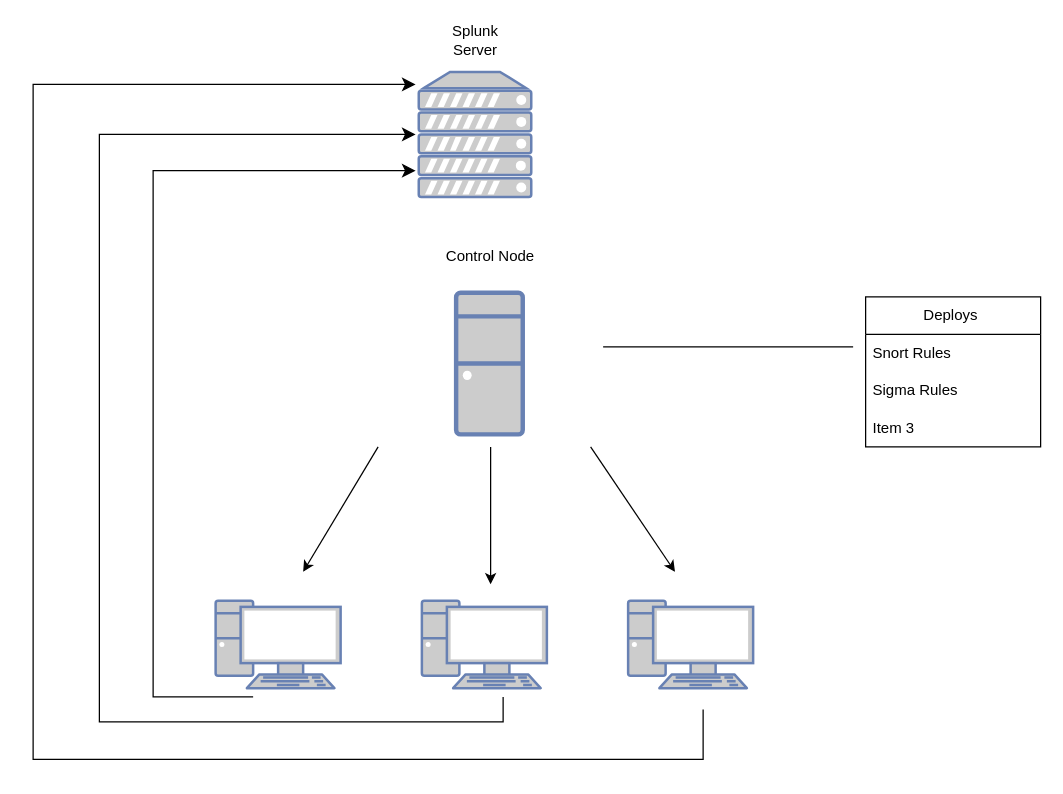
The draw.io diagram Untitled Diagram.drawio in datboyblu3/Ansible, before the edit. Source tidied: cells renumbered, new cells numbered last; positions are measured from the earlier drawing's top-left corner, leaving out a move shared by most shapes. Both pictures are drawn from the tidied source at 125%, with x=0, y=0 at pixel (32, 21).
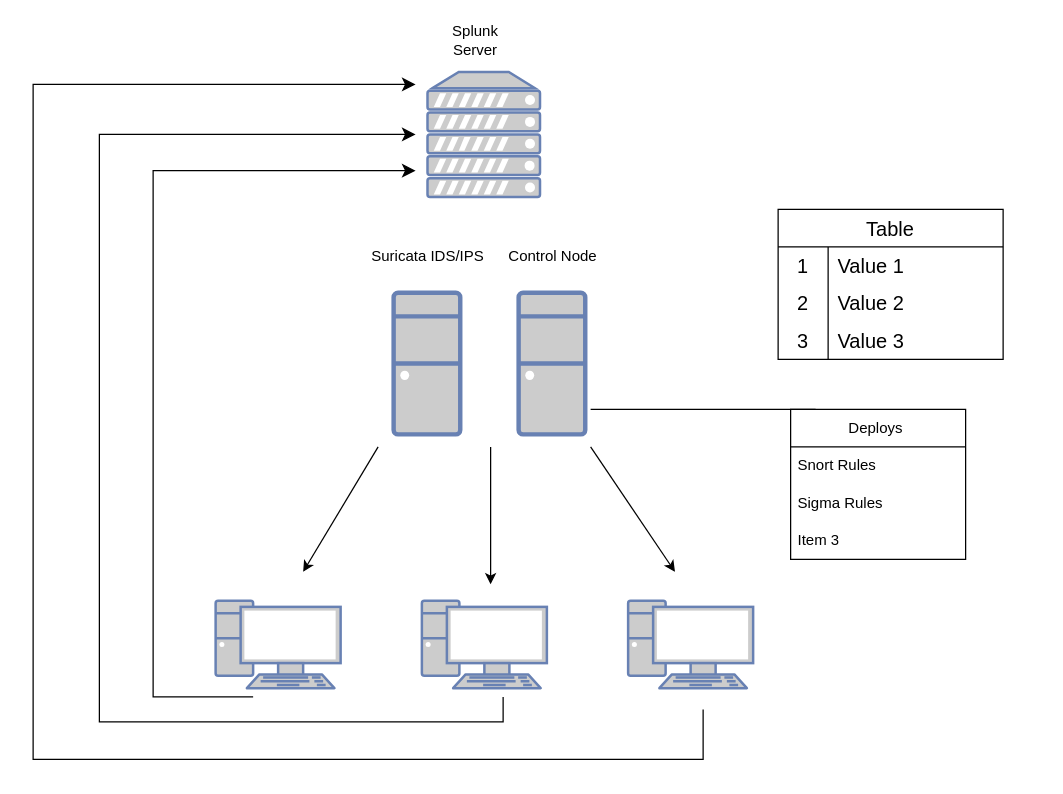
Above is the later version.

Commit message:
Added snort server

The edit, as a diff of the source:
```diff
@@
     <mxCell id="6" style="group;" parent="1" vertex="1">
-      <mxGeometry x="246" y="160" width="240" height="170" as="geometry" />
+      <mxGeometry x="296" y="160" width="240" height="170" as="geometry" />
     </mxCell>
@@
     <mxCell id="9" style="fontColor=#0066CC;verticalAlign=top;verticalLabelPosition=bottom;labelPosition=center;align=center;html=1;fillColor=#CCCCCC;strokeColor=#6881B3;gradientColor=none;gradientDirection=north;strokeWidth=2;shape=mxgraph.networks.server;" parent="1" vertex="1">
-      <mxGeometry x="308.5" y="40" width="90" height="100" as="geometry" />
+      <mxGeometry x="315.5" y="40" width="90" height="100" as="geometry" />
     </mxCell>
@@
     <mxCell id="14" value="Deploys&amp;nbsp;" style="swimlane;fontStyle=0;horizontal=1;startSize=30;whiteSpace=wrap;html=1;" parent="1" vertex="1">
-      <mxGeometry x="666" y="220" width="140" height="120" as="geometry" />
+      <mxGeometry x="606" y="310" width="140" height="120" as="geometry" />
     </mxCell>
@@
     <mxCell id="18" style="endArrow=none;html=1;rounded=0;" parent="1" edge="1">
       <mxGeometry relative="1" as="geometry">
-        <mxPoint x="456" y="260" as="sourcePoint" />
-        <mxPoint x="656" y="260" as="targetPoint" />
+        <mxPoint x="446" y="310" as="sourcePoint" />
+        <mxPoint x="626" y="310" as="targetPoint" />
       </mxGeometry>
     </mxCell>
@@
+    <mxCell id="22" style="group;" parent="1" vertex="1">
+      <mxGeometry x="196" y="160" width="240" height="170" as="geometry" />
+    </mxCell>
+    <mxCell id="23" style="fontColor=#0066CC;verticalAlign=top;verticalLabelPosition=bottom;labelPosition=center;align=center;html=1;fillColor=#CCCCCC;strokeColor=#6881B3;gradientColor=none;gradientDirection=north;strokeWidth=2;shape=mxgraph.networks.desktop_pc;" parent="22" vertex="1">
+      <mxGeometry x="92.4" y="56.7" width="53.3" height="113.3" as="geometry" />
+    </mxCell>
+    <mxCell id="24" value="Suricata IDS/IPS" style="text;strokeColor=none;align=center;fillColor=none;html=1;verticalAlign=middle;whiteSpace=wrap;rounded=0;" parent="22" vertex="1">
+      <mxGeometry width="240" height="56.7" as="geometry" />
+    </mxCell>
+    <mxCell id="25" value="Table" style="shape=table;startSize=30;childLayout=tableLayout;rowLines=0;fontStyle=0;strokeColor=default;fontSize=16;" parent="1" vertex="1">
+      <mxGeometry x="596" y="150" width="180" height="120" as="geometry" />
+    </mxCell>
+    <mxCell id="26" style="shape=tableRow;horizontal=0;startSize=0;swimlaneHead=0;swimlaneBody=0;top=0;left=0;bottom=0;right=0;fillColor=none;strokeColor=inherit;fontSize=16;" parent="25" vertex="1">
+      <mxGeometry y="30" width="180" height="30" as="geometry" />
+    </mxCell>
+    <mxCell id="27" value="1" style="shape=partialRectangle;html=1;whiteSpace=wrap;fillColor=none;top=0;left=0;bottom=0;right=0;overflow=hidden;strokeColor=inherit;fontSize=16;" parent="26" vertex="1">
+      <mxGeometry width="40" height="30" as="geometry" />
+    </mxCell>
+    <mxCell id="28" value="Value 1" style="shape=partialRectangle;html=1;whiteSpace=wrap;fillColor=none;top=0;left=0;bottom=0;right=0;align=left;spacingLeft=6;overflow=hidden;strokeColor=inherit;fontSize=16;" parent="26" vertex="1">
+      <mxGeometry x="40" width="140" height="30" as="geometry" />
+    </mxCell>
+    <mxCell id="29" style="shape=tableRow;horizontal=0;startSize=0;swimlaneHead=0;swimlaneBody=0;top=0;left=0;bottom=0;right=0;fillColor=none;strokeColor=inherit;fontSize=16;" parent="25" vertex="1">
+      <mxGeometry y="60" width="180" height="30" as="geometry" />
+    </mxCell>
+    <mxCell id="30" value="2" style="shape=partialRectangle;html=1;whiteSpace=wrap;fillColor=none;top=0;left=0;bottom=0;right=0;overflow=hidden;strokeColor=inherit;fontSize=16;" parent="29" vertex="1">
+      <mxGeometry width="40" height="30" as="geometry" />
+    </mxCell>
+    <mxCell id="31" value="Value 2" style="shape=partialRectangle;html=1;whiteSpace=wrap;fillColor=none;top=0;left=0;bottom=0;right=0;align=left;spacingLeft=6;overflow=hidden;strokeColor=inherit;fontSize=16;" parent="29" vertex="1">
+      <mxGeometry x="40" width="140" height="30" as="geometry" />
+    </mxCell>
+    <mxCell id="32" style="shape=tableRow;horizontal=0;startSize=0;swimlaneHead=0;swimlaneBody=0;top=0;left=0;bottom=0;right=0;fillColor=none;strokeColor=inherit;fontSize=16;" parent="25" vertex="1">
+      <mxGeometry y="90" width="180" height="30" as="geometry" />
+    </mxCell>
+    <mxCell id="33" value="3" style="shape=partialRectangle;html=1;whiteSpace=wrap;fillColor=none;top=0;left=0;bottom=0;right=0;overflow=hidden;strokeColor=inherit;fontSize=16;" parent="32" vertex="1">
+      <mxGeometry width="40" height="30" as="geometry" />
+    </mxCell>
+    <mxCell id="34" value="Value 3" style="shape=partialRectangle;html=1;whiteSpace=wrap;fillColor=none;top=0;left=0;bottom=0;right=0;align=left;spacingLeft=6;overflow=hidden;strokeColor=inherit;fontSize=16;" parent="32" vertex="1">
+      <mxGeometry x="40" width="140" height="30" as="geometry" />
+    </mxCell>
```
